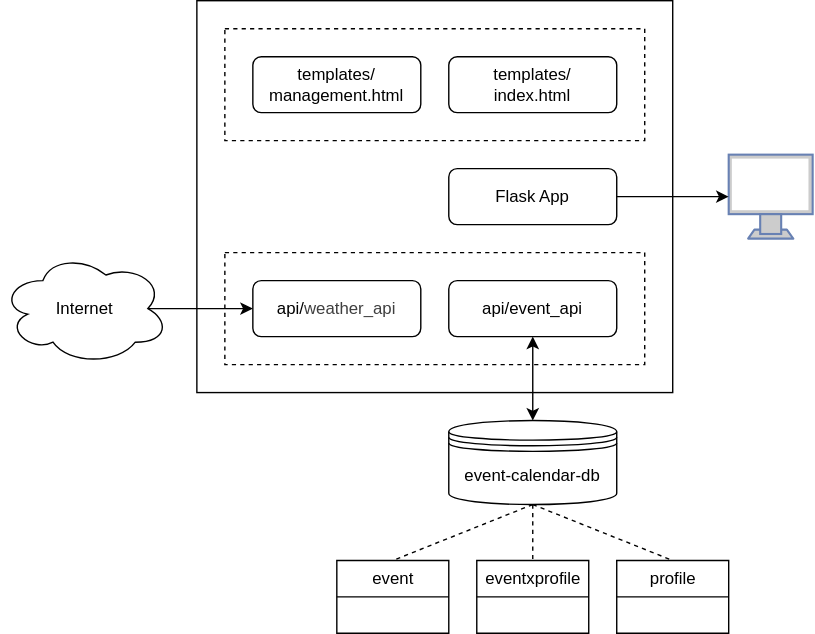
Above: diagrams/architecture.svg in cindracindra/weatherwise-planner (draw.io), before the change. Source tidied: cells renumbered, new cells last; positions are measured from the earlier drawing's top-left corner, leaving out a move shared by most shapes.
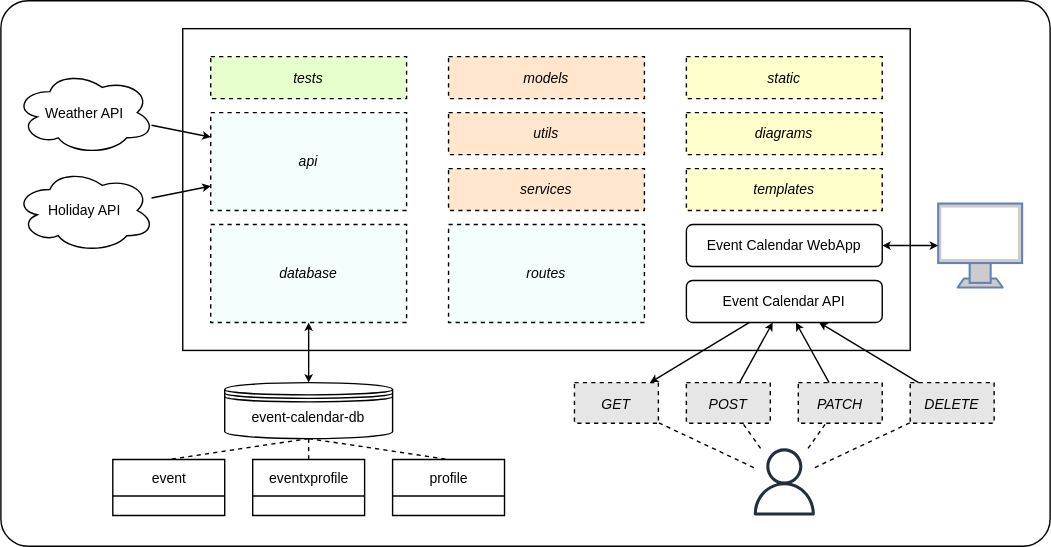
After the commit.

Diff of the diagram source:
```diff
@@ -2,65 +2,128 @@
   <root>
     <mxCell id="0" />
     <mxCell id="1" parent="0" />
+    <mxCell id="22" style="rounded=1;whiteSpace=wrap;html=1;arcSize=5;" parent="1" vertex="1">
+      <mxGeometry x="-250" y="60" width="750" height="390" as="geometry" />
+    </mxCell>
-    <mxCell id="2" style="rounded=0;whiteSpace=wrap;html=1;" parent="1" vertex="1">
-      <mxGeometry x="140" width="340" height="280" as="geometry" />
+    <mxCell id="2" style="rounded=0;whiteSpace=wrap;html=1;fontSize=10;fontFamily=Helvetica;" parent="1" vertex="1">
+      <mxGeometry x="-120" y="80" width="520" height="230" as="geometry" />
     </mxCell>
+    <mxCell id="23" value="&lt;i&gt;&lt;font&gt;api&lt;/font&gt;&lt;/i&gt;" style="rounded=0;whiteSpace=wrap;html=1;fillColor=#F4FFFD;dashed=1;horizontal=1;verticalAlign=middle;align=center;labelPosition=center;verticalLabelPosition=middle;spacing=0;fontSize=10;fontFamily=Helvetica;" parent="1" vertex="1">
+      <mxGeometry x="-100" y="140" width="140" height="70" as="geometry" />
+    </mxCell>
-    <mxCell id="3" style="rounded=0;whiteSpace=wrap;html=1;fillColor=none;dashed=1;horizontal=1;verticalAlign=top;align=center;labelPosition=center;verticalLabelPosition=middle;spacing=0;" parent="1" vertex="1">
-      <mxGeometry x="160" y="180" width="300" height="80" as="geometry" />
+    <mxCell id="3" value="&lt;i&gt;&lt;font&gt;database&lt;/font&gt;&lt;/i&gt;" style="rounded=0;whiteSpace=wrap;html=1;fillColor=#F4FFFD;dashed=1;horizontal=1;verticalAlign=middle;align=center;labelPosition=center;verticalLabelPosition=middle;spacing=0;fontSize=10;fontFamily=Helvetica;" parent="1" vertex="1">
+      <mxGeometry x="-100" y="220" width="140" height="70" as="geometry" />
     </mxCell>
-    <mxCell id="4" style="edgeStyle=none;html=1;exitX=0.5;exitY=1;exitDx=0;exitDy=0;entryX=0.5;entryY=0;entryDx=0;entryDy=0;strokeColor=default;rounded=1;curved=0;endArrow=none;endFill=0;dashed=1;" parent="1" edge="1" source="5" target="6">
+    <mxCell id="4" style="edgeStyle=none;html=1;exitX=0.5;exitY=1;exitDx=0;exitDy=0;entryX=0.5;entryY=0;entryDx=0;entryDy=0;strokeColor=default;rounded=1;curved=0;endArrow=none;endFill=0;dashed=1;fontSize=10;fontFamily=Helvetica;" parent="1" edge="1" source="5" target="6">
       <mxGeometry relative="1" as="geometry" />
     </mxCell>
-    <mxCell id="5" value="event-calendar-db" style="shape=datastore;whiteSpace=wrap;html=1;" parent="1" vertex="1">
-      <mxGeometry x="320" y="300" width="120" height="60" as="geometry" />
+    <mxCell id="5" value="event-calendar-db" style="shape=datastore;whiteSpace=wrap;html=1;fontSize=10;fontFamily=Helvetica;verticalAlign=top;" parent="1" vertex="1">
+      <mxGeometry x="-90" y="333" width="120" height="40" as="geometry" />
     </mxCell>
-    <mxCell id="6" value="event" style="swimlane;fontStyle=0;horizontal=1;startSize=26;fillColor=default;html=1;swimlaneFillColor=#FFFFFF;" parent="1" vertex="1">
-      <mxGeometry x="240" y="400" width="80" height="52" as="geometry" />
+    <mxCell id="6" value="event" style="swimlane;fontStyle=0;horizontal=1;startSize=26;fillColor=default;html=1;swimlaneFillColor=#FFFFFF;fontSize=10;fontFamily=Helvetica;" parent="1" vertex="1">
+      <mxGeometry x="-170" y="388" width="80" height="40" as="geometry" />
     </mxCell>
-    <mxCell id="7" value="event_profile" style="swimlane;fontStyle=0;horizontal=1;startSize=26;fillColor=default;html=1;swimlaneFillColor=#FFFFFF;" parent="1" vertex="1">
-      <mxGeometry x="340" y="400" width="80" height="52" as="geometry" />
+    <mxCell id="7" value="eventxprofile" style="swimlane;fontStyle=0;horizontal=1;startSize=26;fillColor=default;html=1;swimlaneFillColor=#FFFFFF;fontSize=10;fontFamily=Helvetica;" parent="1" vertex="1">
+      <mxGeometry x="-70" y="388" width="80" height="40" as="geometry" />
     </mxCell>
-    <mxCell id="8" value="profile" style="swimlane;fontStyle=0;horizontal=1;startSize=26;fillColor=default;html=1;swimlaneFillColor=#FFFFFF;" parent="1" vertex="1">
-      <mxGeometry x="440" y="400" width="80" height="52" as="geometry" />
+    <mxCell id="8" value="profile" style="swimlane;fontStyle=0;horizontal=1;startSize=26;fillColor=default;html=1;swimlaneFillColor=#FFFFFF;fontSize=10;fontFamily=Helvetica;" parent="1" vertex="1">
+      <mxGeometry x="30" y="388" width="80" height="40" as="geometry" />
     </mxCell>
-    <mxCell id="9" style="edgeStyle=none;html=1;exitX=0.5;exitY=1;exitDx=0;exitDy=0;entryX=0.5;entryY=0;entryDx=0;entryDy=0;strokeColor=default;rounded=1;curved=0;endArrow=none;endFill=0;dashed=1;" parent="1" edge="1" source="5" target="7">
+    <mxCell id="9" style="edgeStyle=none;html=1;exitX=0.5;exitY=1;exitDx=0;exitDy=0;entryX=0.5;entryY=0;entryDx=0;entryDy=0;strokeColor=default;rounded=1;curved=0;endArrow=none;endFill=0;dashed=1;fontSize=10;fontFamily=Helvetica;" parent="1" edge="1" source="5" target="7">
       <mxGeometry relative="1" as="geometry" />
     </mxCell>
-    <mxCell id="10" style="edgeStyle=none;html=1;exitX=0.5;exitY=1;exitDx=0;exitDy=0;entryX=0.5;entryY=0;entryDx=0;entryDy=0;strokeColor=default;rounded=1;curved=0;endArrow=none;endFill=0;dashed=1;" parent="1" edge="1" source="5" target="8">
+    <mxCell id="10" style="edgeStyle=none;html=1;exitX=0.5;exitY=1;exitDx=0;exitDy=0;entryX=0.5;entryY=0;entryDx=0;entryDy=0;strokeColor=default;rounded=1;curved=0;endArrow=none;endFill=0;dashed=1;fontSize=10;fontFamily=Helvetica;" parent="1" edge="1" source="5" target="8">
       <mxGeometry relative="1" as="geometry" />
     </mxCell>
-    <mxCell id="11" style="edgeStyle=none;html=1;exitX=0.875;exitY=0.5;exitDx=0;exitDy=0;exitPerimeter=0;entryX=0;entryY=0.5;entryDx=0;entryDy=0;" parent="1" edge="1" source="12" target="14">
+    <mxCell id="11" style="edgeStyle=none;html=1;fontSize=10;fontFamily=Helvetica;entryX=0;entryY=0.75;entryDx=0;entryDy=0;strokeWidth=1;endSize=3;startSize=3;" parent="1" edge="1" source="33" target="23">
       <mxGeometry relative="1" as="geometry" />
     </mxCell>
-    <mxCell id="12" value="Internet" style="ellipse;shape=cloud;whiteSpace=wrap;html=1;" parent="1" vertex="1">
-      <mxGeometry y="180" width="120" height="80" as="geometry" />
+    <mxCell id="12" value="Weather API" style="ellipse;shape=cloud;whiteSpace=wrap;html=1;fontSize=10;fontFamily=Helvetica;" parent="1" vertex="1">
+      <mxGeometry x="-240" y="110" width="100" height="60" as="geometry" />
     </mxCell>
-    <mxCell id="13" value="api/event_api" style="rounded=1;whiteSpace=wrap;html=1;" parent="1" vertex="1">
-      <mxGeometry x="320" y="200" width="120" height="40" as="geometry" />
-    </mxCell>
-    <mxCell id="14" value="api/&lt;span style=&quot;color: rgb(63, 63, 63); background-color: transparent;&quot;&gt;weather_api&lt;/span&gt;" style="rounded=1;whiteSpace=wrap;html=1;" parent="1" vertex="1">
-      <mxGeometry x="180" y="200" width="120" height="40" as="geometry" />
-    </mxCell>
-    <mxCell id="15" style="edgeStyle=none;html=1;exitX=0.5;exitY=1;exitDx=0;exitDy=0;entryX=0.5;entryY=0;entryDx=0;entryDy=0;startArrow=classic;startFill=1;" parent="1" edge="1" source="13" target="5">
+    <mxCell id="15" style="edgeStyle=none;html=1;exitX=0.5;exitY=1;exitDx=0;exitDy=0;entryX=0.5;entryY=0;entryDx=0;entryDy=0;startArrow=classic;startFill=1;fontSize=10;fontFamily=Helvetica;strokeWidth=1;endSize=3;startSize=3;" parent="1" edge="1" source="3" target="5">
       <mxGeometry relative="1" as="geometry" />
     </mxCell>
-    <mxCell id="16" value="Flask App" style="rounded=1;whiteSpace=wrap;html=1;" parent="1" vertex="1">
-      <mxGeometry x="320" y="120" width="120" height="40" as="geometry" />
+    <mxCell id="16" value="Event Calendar WebApp" style="rounded=1;whiteSpace=wrap;html=1;fontSize=10;fontFamily=Helvetica;" parent="1" vertex="1">
+      <mxGeometry x="240" y="220" width="140" height="30" as="geometry" />
     </mxCell>
-    <mxCell id="17" style="fontColor=#0066CC;verticalAlign=top;verticalLabelPosition=bottom;labelPosition=center;align=center;html=1;outlineConnect=0;fillColor=#CCCCCC;strokeColor=#6881B3;gradientColor=none;gradientDirection=north;strokeWidth=2;shape=mxgraph.networks.monitor;" parent="1" vertex="1">
-      <mxGeometry x="520" y="110" width="60" height="60" as="geometry" />
+    <mxCell id="17" style="fontColor=#0066CC;verticalAlign=top;verticalLabelPosition=bottom;labelPosition=center;align=center;html=1;outlineConnect=0;fillColor=#CCCCCC;strokeColor=#6881B3;gradientColor=none;gradientDirection=north;strokeWidth=2;shape=mxgraph.networks.monitor;fontSize=10;fontFamily=Helvetica;" parent="1" vertex="1">
+      <mxGeometry x="420" y="205" width="60" height="60" as="geometry" />
     </mxCell>
-    <mxCell id="18" style="edgeStyle=none;html=1;exitX=1;exitY=0.5;exitDx=0;exitDy=0;entryX=0;entryY=0.5;entryDx=0;entryDy=0;entryPerimeter=0;" parent="1" edge="1" source="16" target="17">
-      <mxGeometry relative="1" as="geometry" />
-    </mxCell>
-    <mxCell id="19" style="rounded=0;whiteSpace=wrap;html=1;fillColor=none;dashed=1;horizontal=1;verticalAlign=top;align=center;labelPosition=center;verticalLabelPosition=middle;spacing=0;" parent="1" vertex="1">
-      <mxGeometry x="160" y="20" width="300" height="80" as="geometry" />
-    </mxCell>
-    <mxCell id="20" value="templates/&lt;div&gt;index.html&lt;/div&gt;" style="rounded=1;whiteSpace=wrap;html=1;" parent="1" vertex="1">
-      <mxGeometry x="320" y="40" width="120" height="40" as="geometry" />
-    </mxCell>
-    <mxCell id="21" value="templates/&lt;div&gt;management.html&lt;/div&gt;" style="rounded=1;whiteSpace=wrap;html=1;" parent="1" vertex="1">
-      <mxGeometry x="180" y="40" width="120" height="40" as="geometry" />
-    </mxCell>
+    <mxCell id="24" style="edgeStyle=none;html=1;fontSize=10;fontFamily=Helvetica;entryX=0;entryY=0.25;entryDx=0;entryDy=0;strokeWidth=1;endSize=3;startSize=3;" parent="1" edge="1" source="12" target="23">
+      <mxGeometry relative="1" as="geometry" />
+    </mxCell>
+    <mxCell id="25" value="&lt;i&gt;&lt;font&gt;templates&lt;/font&gt;&lt;/i&gt;" style="rounded=0;whiteSpace=wrap;html=1;fillColor=#FFFFCC;dashed=1;horizontal=1;verticalAlign=middle;align=center;labelPosition=center;verticalLabelPosition=middle;spacing=0;fontSize=10;fontFamily=Helvetica;" parent="1" vertex="1">
+      <mxGeometry x="240" y="180" width="140" height="30" as="geometry" />
+    </mxCell>
+    <mxCell id="26" value="&lt;i&gt;&lt;font&gt;routes&lt;/font&gt;&lt;/i&gt;" style="rounded=0;whiteSpace=wrap;html=1;fillColor=#F4FFFD;dashed=1;horizontal=1;verticalAlign=middle;align=center;labelPosition=center;verticalLabelPosition=middle;spacing=0;fontSize=10;fontFamily=Helvetica;" parent="1" vertex="1">
+      <mxGeometry x="70" y="220" width="140" height="70" as="geometry" />
+    </mxCell>
+    <mxCell id="27" value="&lt;i&gt;&lt;font&gt;services&lt;/font&gt;&lt;/i&gt;" style="rounded=0;whiteSpace=wrap;html=1;fillColor=#FFE6CC;dashed=1;horizontal=1;verticalAlign=middle;align=center;labelPosition=center;verticalLabelPosition=middle;spacing=0;fontSize=10;fontFamily=Helvetica;" parent="1" vertex="1">
+      <mxGeometry x="70" y="180" width="140" height="30" as="geometry" />
+    </mxCell>
+    <mxCell id="28" value="&lt;i&gt;&lt;font&gt;tests&lt;/font&gt;&lt;/i&gt;" style="rounded=0;whiteSpace=wrap;html=1;fillColor=#E6FFCC;dashed=1;horizontal=1;verticalAlign=middle;align=center;labelPosition=center;verticalLabelPosition=middle;spacing=0;fontSize=10;fontFamily=Helvetica;" parent="1" vertex="1">
+      <mxGeometry x="-100" y="100" width="140" height="30" as="geometry" />
+    </mxCell>
+    <mxCell id="29" value="&lt;i&gt;&lt;font&gt;utils&lt;/font&gt;&lt;/i&gt;" style="rounded=0;whiteSpace=wrap;html=1;fillColor=#FFE6CC;dashed=1;horizontal=1;verticalAlign=middle;align=center;labelPosition=center;verticalLabelPosition=middle;spacing=0;fontSize=10;fontFamily=Helvetica;" parent="1" vertex="1">
+      <mxGeometry x="70" y="140" width="140" height="30" as="geometry" />
+    </mxCell>
+    <mxCell id="30" value="&lt;i&gt;&lt;font&gt;diagrams&lt;/font&gt;&lt;/i&gt;" style="rounded=0;whiteSpace=wrap;html=1;fillColor=#FFFFCC;dashed=1;horizontal=1;verticalAlign=middle;align=center;labelPosition=center;verticalLabelPosition=middle;spacing=0;fontSize=10;fontFamily=Helvetica;" parent="1" vertex="1">
+      <mxGeometry x="240" y="140" width="140" height="30" as="geometry" />
+    </mxCell>
+    <mxCell id="31" value="&lt;i&gt;&lt;font&gt;models&lt;/font&gt;&lt;/i&gt;" style="rounded=0;whiteSpace=wrap;html=1;fillColor=#FFE6CC;dashed=1;horizontal=1;verticalAlign=middle;align=center;labelPosition=center;verticalLabelPosition=middle;spacing=0;fontSize=10;fontFamily=Helvetica;" parent="1" vertex="1">
+      <mxGeometry x="70" y="100" width="140" height="30" as="geometry" />
+    </mxCell>
+    <mxCell id="32" value="&lt;i&gt;&lt;font&gt;static&lt;/font&gt;&lt;/i&gt;" style="rounded=0;whiteSpace=wrap;html=1;fillColor=#FFFFCC;dashed=1;horizontal=1;verticalAlign=middle;align=center;labelPosition=center;verticalLabelPosition=middle;spacing=0;fontSize=10;fontFamily=Helvetica;" parent="1" vertex="1">
+      <mxGeometry x="240" y="100" width="140" height="30" as="geometry" />
+    </mxCell>
+    <mxCell id="33" value="Holiday API" style="ellipse;shape=cloud;whiteSpace=wrap;html=1;fontSize=10;fontFamily=Helvetica;" parent="1" vertex="1">
+      <mxGeometry x="-240" y="180" width="100" height="60" as="geometry" />
+    </mxCell>
+    <mxCell id="34" value="Event Calendar API" style="rounded=1;whiteSpace=wrap;html=1;fontSize=10;fontFamily=Helvetica;" parent="1" vertex="1">
+      <mxGeometry x="240" y="260" width="140" height="30" as="geometry" />
+    </mxCell>
+    <mxCell id="35" style="sketch=0;outlineConnect=0;fontColor=#232F3E;gradientColor=none;fillColor=#232F3D;strokeColor=none;dashed=0;verticalLabelPosition=bottom;verticalAlign=top;align=center;html=1;fontSize=12;fontStyle=0;shape=mxgraph.aws4.user;" parent="1" vertex="1">
+      <mxGeometry x="286" y="380" width="48" height="48" as="geometry" />
+    </mxCell>
+    <mxCell id="36" style="edgeStyle=none;html=1;startArrow=classic;startFill=1;fontSize=10;fontFamily=Helvetica;strokeWidth=1;endSize=3;startSize=3;jumpSize=3;" parent="1" edge="1" source="17" target="16">
+      <mxGeometry relative="1" as="geometry" />
+    </mxCell>
+    <mxCell id="37" value="&lt;i&gt;&lt;font&gt;GET&lt;/font&gt;&lt;/i&gt;" style="rounded=0;whiteSpace=wrap;html=1;fillColor=#E6E6E6;dashed=1;horizontal=1;verticalAlign=middle;align=center;labelPosition=center;verticalLabelPosition=middle;spacing=0;fontSize=10;fontFamily=Helvetica;" parent="1" vertex="1">
+      <mxGeometry x="160" y="333" width="60" height="29" as="geometry" />
+    </mxCell>
+    <mxCell id="38" value="&lt;i&gt;&lt;font&gt;PATCH&lt;/font&gt;&lt;/i&gt;" style="rounded=0;whiteSpace=wrap;html=1;fillColor=#E6E6E6;dashed=1;horizontal=1;verticalAlign=middle;align=center;labelPosition=center;verticalLabelPosition=middle;spacing=0;fontSize=10;fontFamily=Helvetica;" parent="1" vertex="1">
+      <mxGeometry x="320" y="333" width="60" height="29" as="geometry" />
+    </mxCell>
+    <mxCell id="39" value="&lt;i&gt;&lt;font&gt;DELETE&lt;/font&gt;&lt;/i&gt;" style="rounded=0;whiteSpace=wrap;html=1;fillColor=#E6E6E6;dashed=1;horizontal=1;verticalAlign=middle;align=center;labelPosition=center;verticalLabelPosition=middle;spacing=0;fontSize=10;fontFamily=Helvetica;" parent="1" vertex="1">
+      <mxGeometry x="400" y="333" width="60" height="29" as="geometry" />
+    </mxCell>
+    <mxCell id="40" value="&lt;i&gt;&lt;font&gt;POST&lt;/font&gt;&lt;/i&gt;" style="rounded=0;whiteSpace=wrap;html=1;fillColor=#E6E6E6;dashed=1;horizontal=1;verticalAlign=middle;align=center;labelPosition=center;verticalLabelPosition=middle;spacing=0;fontSize=10;fontFamily=Helvetica;" parent="1" vertex="1">
+      <mxGeometry x="240" y="333" width="60" height="29" as="geometry" />
+    </mxCell>
+    <mxCell id="41" style="edgeStyle=none;html=1;fontSize=10;fontFamily=Helvetica;strokeWidth=1;endSize=3;startSize=3;" parent="1" edge="1" source="34" target="37">
+      <mxGeometry relative="1" as="geometry" />
+    </mxCell>
+    <mxCell id="42" style="edgeStyle=none;html=1;fontSize=10;fontFamily=Helvetica;strokeWidth=1;endSize=3;startSize=3;" parent="1" edge="1" source="40" target="34">
+      <mxGeometry relative="1" as="geometry" />
+    </mxCell>
+    <mxCell id="43" style="edgeStyle=none;html=1;fontSize=10;fontFamily=Helvetica;strokeWidth=1;endSize=3;startSize=3;" parent="1" edge="1" source="38" target="34">
+      <mxGeometry relative="1" as="geometry" />
+    </mxCell>
+    <mxCell id="44" style="edgeStyle=none;html=1;fontSize=10;fontFamily=Helvetica;strokeWidth=1;endSize=3;startSize=3;" parent="1" edge="1" source="39" target="34">
+      <mxGeometry relative="1" as="geometry" />
+    </mxCell>
+    <mxCell id="45" style="endArrow=none;dashed=1;html=1;" parent="1" edge="1" source="35" target="37">
+      <mxGeometry relative="1" as="geometry" />
+    </mxCell>
+    <mxCell id="46" style="endArrow=none;dashed=1;html=1;" parent="1" edge="1" source="35" target="40">
+      <mxGeometry relative="1" as="geometry" />
+    </mxCell>
+    <mxCell id="47" style="endArrow=none;dashed=1;html=1;" parent="1" edge="1" source="35" target="38">
+      <mxGeometry relative="1" as="geometry" />
+    </mxCell>
+    <mxCell id="48" style="endArrow=none;dashed=1;html=1;" parent="1" edge="1" source="35" target="39">
+      <mxGeometry relative="1" as="geometry" />
+    </mxCell>
   </root>
 </mxGraphModel>
```
